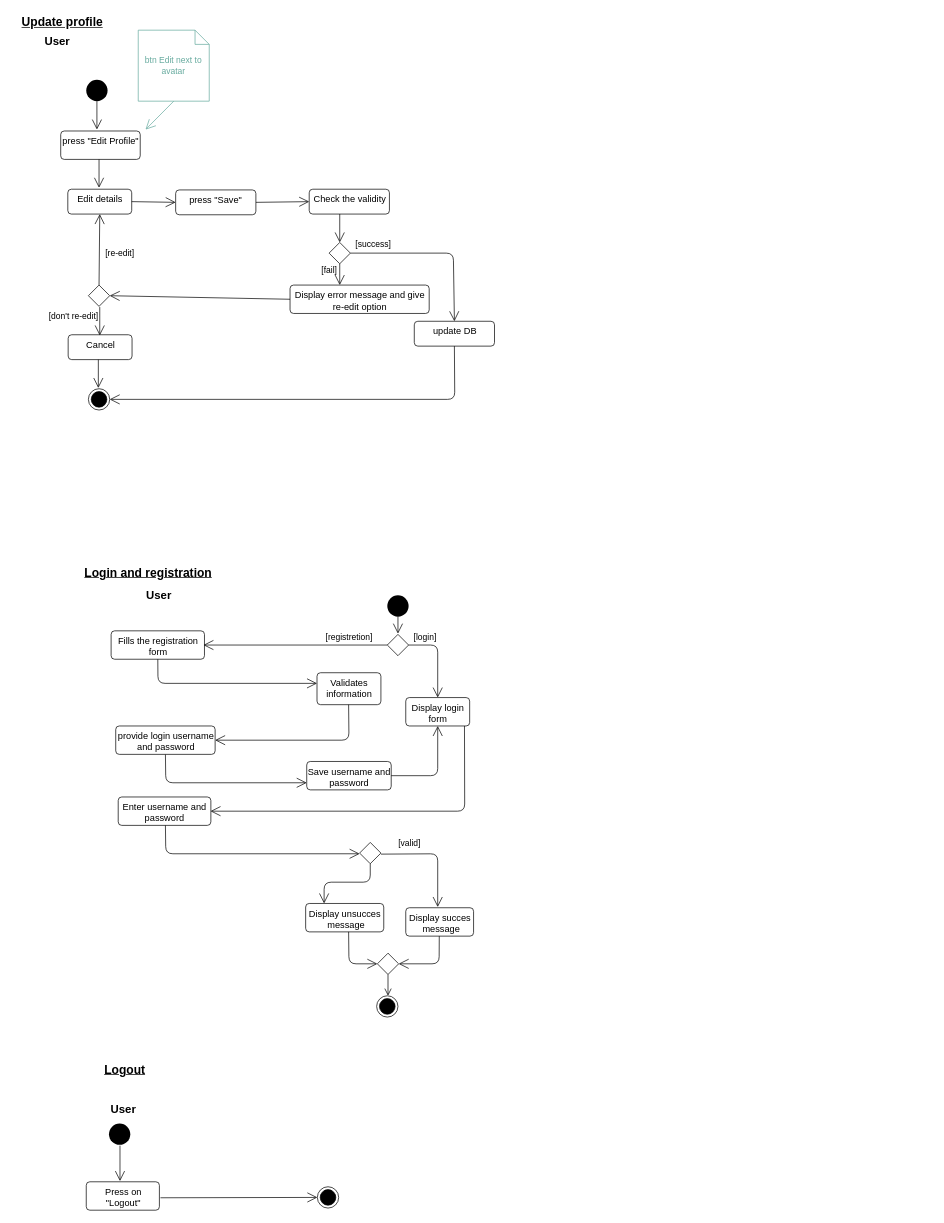
Before: page "logout" (7 of 8) of activity_diagram.drawio in alsousha/projectFinish, a draw.io diagram. Source tidied: cells renumbered, new cells numbered last; positions are measured from the earlier drawing's top-left corner, leaving out a move shared by most shapes. Both pictures are drawn from the tidied source at 71%, with x=0, y=0 at pixel (12, 12).
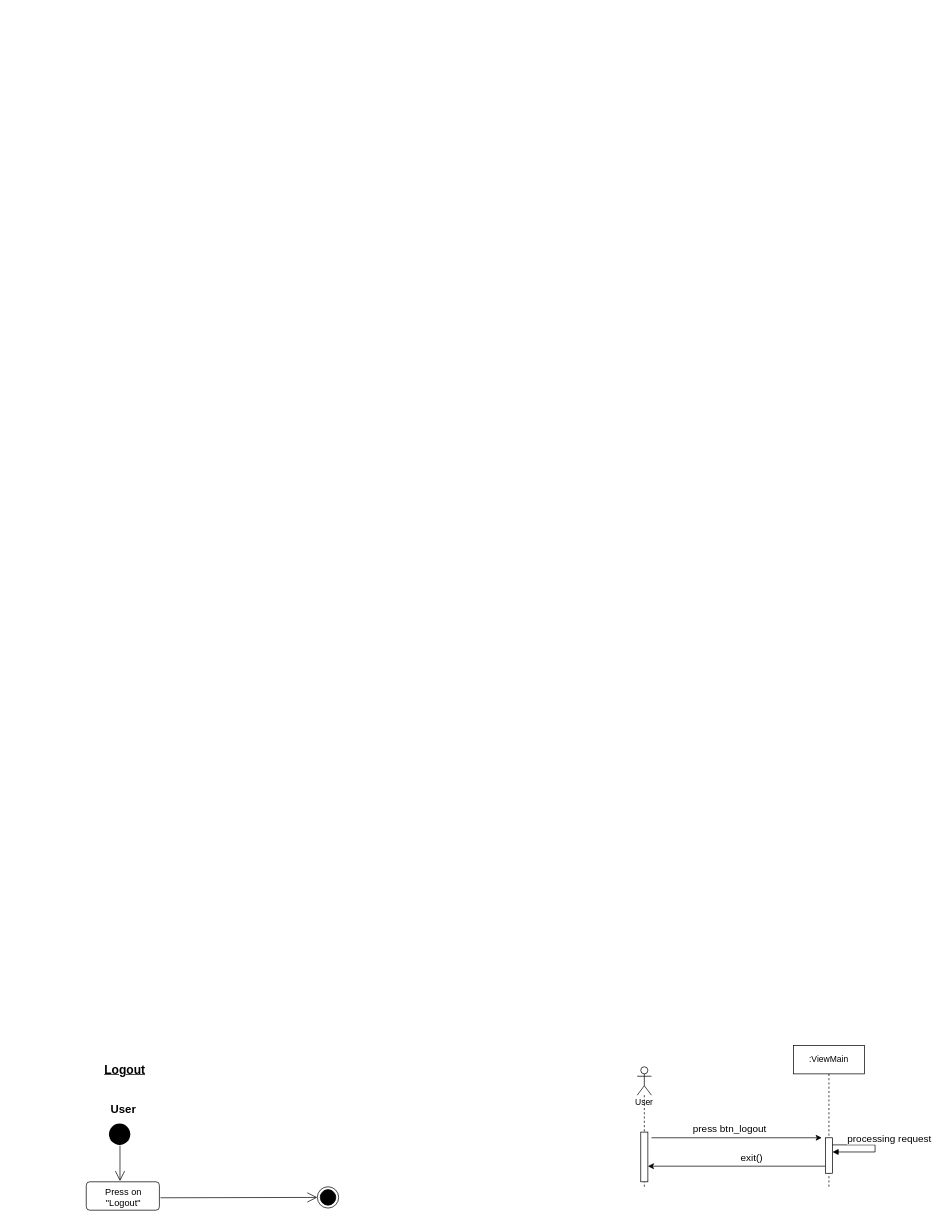
After the change.

What changed in the source:
```diff
@@
-    <mxCell id="2" value="Update profile" style="text;html=1;align=center;verticalAlign=middle;fontSize=17;fontStyle=5;" parent="1" vertex="1">
-      <mxGeometry width="140" height="30" as="geometry" />
-    </mxCell>
@@
-    <mxCell id="9" value="User" style="text;html=1;align=center;verticalAlign=middle;fontSize=16;fontStyle=1;" parent="1" vertex="1">
-      <mxGeometry x="32.5" y="25" width="60" height="30" as="geometry" />
-    </mxCell>
@@
-    <mxCell id="11" style="ellipse;fillColor=#000000;strokeColor=none;" parent="1" vertex="1">
-      <mxGeometry x="104" y="95" width="30" height="30" as="geometry" />
-    </mxCell>
-    <mxCell id="12" style="endArrow=open;endFill=1;endSize=12;html=1;exitX=0.5;exitY=1;exitDx=0;exitDy=0;" parent="1" edge="1" source="11">
-      <mxGeometry relative="1" as="geometry">
-        <mxPoint x="119" y="165" as="targetPoint" />
-      </mxGeometry>
-    </mxCell>
-    <mxCell id="13" value="&lt;span style=&quot;font-size: 13px&quot;&gt;press &quot;Edit Profile&quot;&lt;/span&gt;" style="html=1;align=center;verticalAlign=top;rounded=1;absoluteArcSize=1;arcSize=10;dashed=0;" parent="1" vertex="1">
-      <mxGeometry x="68" y="167" width="112" height="40" as="geometry" />
-    </mxCell>
-    <mxCell id="14" style="endArrow=open;endFill=1;endSize=12;html=1;exitX=0.5;exitY=1;exitDx=0;exitDy=0;" parent="1" edge="1">
-      <mxGeometry relative="1" as="geometry">
-        <mxPoint x="122" y="207" as="sourcePoint" />
-        <mxPoint x="122" y="247" as="targetPoint" />
-      </mxGeometry>
-    </mxCell>
-    <mxCell id="15" value="&lt;span style=&quot;font-size: 13px;&quot;&gt;Edit details&lt;/span&gt;" style="html=1;align=center;verticalAlign=top;rounded=1;absoluteArcSize=1;arcSize=10;dashed=0;" parent="1" vertex="1">
-      <mxGeometry x="78" y="249" width="90" height="35" as="geometry" />
-    </mxCell>
-    <mxCell id="16" value="&lt;span style=&quot;font-size: 13px;&quot;&gt;Check the validity&lt;/span&gt;" style="html=1;align=center;verticalAlign=top;rounded=1;absoluteArcSize=1;arcSize=10;dashed=0;" parent="1" vertex="1">
-      <mxGeometry x="418" y="249" width="113" height="35" as="geometry" />
-    </mxCell>
-    <mxCell id="17" style="endArrow=open;endFill=1;endSize=12;html=1;exitX=1;exitY=0.5;exitDx=0;exitDy=0;entryX=0;entryY=0.5;entryDx=0;entryDy=0;" parent="1" edge="1" source="68" target="16">
-      <mxGeometry relative="1" as="geometry" />
-    </mxCell>
-    <mxCell id="18" style="endArrow=open;endFill=1;endSize=12;html=1;exitX=0.5;exitY=1;exitDx=0;exitDy=0;" parent="1" edge="1">
-      <mxGeometry relative="1" as="geometry">
-        <mxPoint x="461" y="284" as="sourcePoint" />
-        <mxPoint x="461" y="324" as="targetPoint" />
-      </mxGeometry>
-    </mxCell>
-    <mxCell id="19" style="rhombus;labelBackgroundColor=#FFFFFF;strokeWidth=1;fillColor=none;fontSize=17;" parent="1" vertex="1">
-      <mxGeometry x="446" y="324" width="30" height="30" as="geometry" />
-    </mxCell>
-    <mxCell id="20" style="endArrow=open;endFill=1;endSize=12;html=1;exitX=0.5;exitY=1;exitDx=0;exitDy=0;" parent="1" edge="1">
-      <mxGeometry relative="1" as="geometry">
-        <mxPoint x="461" y="354" as="sourcePoint" />
-        <mxPoint x="461" y="384" as="targetPoint" />
-      </mxGeometry>
-    </mxCell>
-    <mxCell id="21" value="&lt;span style=&quot;font-size: 13px;&quot;&gt;Display error message and give&lt;br&gt;re-edit option&lt;br&gt;&lt;/span&gt;" style="html=1;align=center;verticalAlign=top;rounded=1;absoluteArcSize=1;arcSize=10;dashed=0;" parent="1" vertex="1">
-      <mxGeometry x="391" y="384" width="196" height="40" as="geometry" />
-    </mxCell>
-    <mxCell id="22" value="[fail]" style="text;html=1;align=center;verticalAlign=middle;" parent="1" vertex="1">
-      <mxGeometry x="426" y="354" width="40" height="20" as="geometry" />
-    </mxCell>
-    <mxCell id="23" style="rhombus;labelBackgroundColor=#FFFFFF;strokeWidth=1;fillColor=none;fontSize=17;" parent="1" vertex="1">
-      <mxGeometry x="107" y="384" width="30" height="30" as="geometry" />
-    </mxCell>
-    <mxCell id="24" style="endArrow=open;endFill=1;endSize=12;html=1;exitX=0.5;exitY=0;exitDx=0;exitDy=0;entryX=0.5;entryY=1;entryDx=0;entryDy=0;" parent="1" edge="1" source="23" target="15">
-      <mxGeometry relative="1" as="geometry" />
-    </mxCell>
-    <mxCell id="25" value="[re-edit]" style="text;html=1;align=center;verticalAlign=middle;" parent="1" vertex="1">
-      <mxGeometry x="121" y="329" width="60" height="20" as="geometry" />
-    </mxCell>
-    <mxCell id="26" style="endArrow=open;endFill=1;endSize=12;html=1;exitX=0;exitY=0.5;exitDx=0;exitDy=0;entryX=1;entryY=0.5;entryDx=0;entryDy=0;" parent="1" edge="1" source="21" target="23">
-      <mxGeometry relative="1" as="geometry" />
-    </mxCell>
-    <mxCell id="27" value="&lt;span style=&quot;font-size: 13px&quot;&gt;Cancel&lt;/span&gt;" style="html=1;align=center;verticalAlign=top;rounded=1;absoluteArcSize=1;arcSize=10;dashed=0;" parent="1" vertex="1">
-      <mxGeometry x="78.5" y="454" width="90" height="35" as="geometry" />
-    </mxCell>
-    <mxCell id="28" style="endArrow=open;endFill=1;endSize=12;html=1;exitX=0.5;exitY=1;exitDx=0;exitDy=0;" parent="1" edge="1">
-      <mxGeometry relative="1" as="geometry">
-        <mxPoint x="123" y="415" as="sourcePoint" />
-        <mxPoint x="123" y="455" as="targetPoint" />
-      </mxGeometry>
-    </mxCell>
-    <mxCell id="29" value="[don't re-edit]" style="text;html=1;align=center;verticalAlign=middle;" parent="1" vertex="1">
-      <mxGeometry x="40.5" y="419" width="90" height="20" as="geometry" />
-    </mxCell>
-    <mxCell id="30" style="endArrow=open;endFill=1;endSize=12;html=1;exitX=0.5;exitY=1;exitDx=0;exitDy=0;" parent="1" edge="1">
-      <mxGeometry relative="1" as="geometry">
-        <mxPoint x="121" y="489" as="sourcePoint" />
-        <mxPoint x="121" y="529" as="targetPoint" />
-      </mxGeometry>
-    </mxCell>
-    <mxCell id="31" style="ellipse;html=1;shape=endState;fillColor=#000000;" parent="1" vertex="1">
-      <mxGeometry x="107" y="530" width="30" height="30" as="geometry" />
-    </mxCell>
-    <mxCell id="32" style="endArrow=open;endFill=1;endSize=12;html=1;exitX=1;exitY=0.5;exitDx=0;exitDy=0;entryX=0.5;entryY=0;entryDx=0;entryDy=0;" parent="1" edge="1" source="19" target="70">
-      <mxGeometry relative="1" as="geometry">
-        <Array as="points">
-          <mxPoint x="621" y="339" />
-        </Array>
-      </mxGeometry>
-    </mxCell>
-    <mxCell id="33" value="[success]" style="text;html=1;align=center;verticalAlign=middle;" parent="1" vertex="1">
-      <mxGeometry x="473" y="317" width="70" height="20" as="geometry" />
-    </mxCell>
-    <mxCell id="34" value="Login and registration" style="text;html=1;align=center;verticalAlign=middle;fontSize=17;fontStyle=5;" parent="1" vertex="1">
-      <mxGeometry x="95.5" y="775" width="190" height="30" as="geometry" />
-    </mxCell>
-    <mxCell id="35" value="User" style="text;html=1;align=center;verticalAlign=middle;fontSize=16;fontStyle=1;" parent="1" vertex="1">
-      <mxGeometry x="175.5" y="805" width="60" height="30" as="geometry" />
-    </mxCell>
-    <mxCell id="36" style="ellipse;fillColor=#000000;strokeColor=none;" parent="1" vertex="1">
-      <mxGeometry x="528" y="821" width="30" height="30" as="geometry" />
-    </mxCell>
-    <mxCell id="37" style="endArrow=open;endFill=1;endSize=12;html=1;exitX=0.5;exitY=1;exitDx=0;exitDy=0;" parent="1" edge="1" source="36">
-      <mxGeometry relative="1" as="geometry">
-        <mxPoint x="543" y="875" as="targetPoint" />
-      </mxGeometry>
-    </mxCell>
-    <mxCell id="38" value="&lt;span style=&quot;font-size: 13px;&quot;&gt;Fills the registration&lt;br&gt;form&lt;br&gt;&lt;/span&gt;" style="html=1;align=center;verticalAlign=top;rounded=1;absoluteArcSize=1;arcSize=10;dashed=0;" parent="1" vertex="1">
-      <mxGeometry x="139" y="871" width="131.5" height="40" as="geometry" />
-    </mxCell>
-    <mxCell id="39" style="endArrow=open;endFill=1;endSize=12;html=1;exitX=0.5;exitY=1;exitDx=0;exitDy=0;" parent="1" edge="1" source="38">
-      <mxGeometry relative="1" as="geometry">
-        <mxPoint x="429" y="945" as="targetPoint" />
-        <Array as="points">
-          <mxPoint x="205" y="945" />
-        </Array>
-      </mxGeometry>
-    </mxCell>
-    <mxCell id="40" value="&lt;span style=&quot;font-size: 13px;&quot;&gt;Display login&lt;br&gt;form&lt;br&gt;&lt;/span&gt;" style="html=1;align=center;verticalAlign=top;rounded=1;absoluteArcSize=1;arcSize=10;dashed=0;" parent="1" vertex="1">
-      <mxGeometry x="554" y="965" width="90" height="40" as="geometry" />
-    </mxCell>
-    <mxCell id="41" style="endArrow=open;endFill=1;endSize=12;html=1;exitX=0;exitY=0.5;exitDx=0;exitDy=0;" parent="1" edge="1" source="46">
-      <mxGeometry relative="1" as="geometry">
-        <mxPoint x="269" y="891" as="targetPoint" />
-      </mxGeometry>
-    </mxCell>
-    <mxCell id="42" value="&lt;span style=&quot;font-size: 13px;&quot;&gt;Save username and&lt;br&gt;password&lt;br&gt;&lt;/span&gt;" style="html=1;align=center;verticalAlign=top;rounded=1;absoluteArcSize=1;arcSize=10;dashed=0;" parent="1" vertex="1">
-      <mxGeometry x="414.5" y="1055" width="119" height="40" as="geometry" />
-    </mxCell>
-    <mxCell id="43" style="endArrow=open;endFill=1;endSize=12;html=1;exitX=0.5;exitY=1;exitDx=0;exitDy=0;entryX=0;entryY=0.75;entryDx=0;entryDy=0;" parent="1" edge="1" source="51" target="42">
-      <mxGeometry relative="1" as="geometry">
-        <Array as="points">
-          <mxPoint x="216" y="1085" />
-        </Array>
-      </mxGeometry>
-    </mxCell>
-    <mxCell id="44" value="&lt;span style=&quot;font-size: 13px&quot;&gt;Enter username and&lt;br&gt;password&lt;br&gt;&lt;/span&gt;" style="html=1;align=center;verticalAlign=top;rounded=1;absoluteArcSize=1;arcSize=10;dashed=0;" parent="1" vertex="1">
-      <mxGeometry x="149" y="1105" width="130.5" height="40" as="geometry" />
-    </mxCell>
-    <mxCell id="45" style="ellipse;html=1;shape=endState;fillColor=#000000;" parent="1" vertex="1">
-      <mxGeometry x="513" y="1385" width="30" height="30" as="geometry" />
-    </mxCell>
-    <mxCell id="46" style="rhombus;labelBackgroundColor=#FFFFFF;strokeWidth=1;fillColor=none;fontSize=17;" parent="1" vertex="1">
-      <mxGeometry x="528" y="876" width="30" height="30" as="geometry" />
-    </mxCell>
-    <mxCell id="47" style="endArrow=open;endFill=1;endSize=12;html=1;exitX=1;exitY=0.5;exitDx=0;exitDy=0;" parent="1" edge="1" source="46">
-      <mxGeometry relative="1" as="geometry">
-        <mxPoint x="599" y="965" as="targetPoint" />
-        <Array as="points">
-          <mxPoint x="599" y="891" />
-        </Array>
-      </mxGeometry>
-    </mxCell>
-    <mxCell id="48" value="[login]" style="text;html=1;align=center;verticalAlign=middle;" parent="1" vertex="1">
-      <mxGeometry x="556" y="870" width="50" height="20" as="geometry" />
-    </mxCell>
-    <mxCell id="49" value="&lt;span style=&quot;font-size: 13px;&quot;&gt;Validates&lt;br&gt;information&lt;br&gt;&lt;/span&gt;" style="html=1;align=center;verticalAlign=top;rounded=1;absoluteArcSize=1;arcSize=10;dashed=0;" parent="1" vertex="1">
-      <mxGeometry x="429" y="930" width="90" height="45" as="geometry" />
-    </mxCell>
-    <mxCell id="50" style="endArrow=open;endFill=1;endSize=12;html=1;exitX=0.5;exitY=1;exitDx=0;exitDy=0;entryX=1;entryY=0.5;entryDx=0;entryDy=0;" parent="1" edge="1" target="51">
-      <mxGeometry relative="1" as="geometry">
-        <mxPoint x="473.5" y="975" as="sourcePoint" />
-        <Array as="points">
-          <mxPoint x="474" y="1025" />
-        </Array>
-      </mxGeometry>
-    </mxCell>
-    <mxCell id="51" value="&lt;span style=&quot;font-size: 13px;&quot;&gt;provide login username&lt;br&gt;and password&lt;br&gt;&lt;/span&gt;" style="html=1;align=center;verticalAlign=top;rounded=1;absoluteArcSize=1;arcSize=10;dashed=0;" parent="1" vertex="1">
-      <mxGeometry x="145.5" y="1005" width="140" height="40" as="geometry" />
-    </mxCell>
-    <mxCell id="52" style="endArrow=open;endFill=1;endSize=12;html=1;exitX=1;exitY=0.5;exitDx=0;exitDy=0;entryX=0.5;entryY=1;entryDx=0;entryDy=0;" parent="1" edge="1" source="42" target="40">
-      <mxGeometry relative="1" as="geometry">
-        <Array as="points">
-          <mxPoint x="599" y="1075" />
-        </Array>
-      </mxGeometry>
-    </mxCell>
-    <mxCell id="53" style="endArrow=open;endFill=1;endSize=12;html=1;exitX=0.5;exitY=1;exitDx=0;exitDy=0;" parent="1" edge="1">
-      <mxGeometry relative="1" as="geometry">
-        <mxPoint x="636.7" y="1005" as="sourcePoint" />
-        <mxPoint x="279" y="1125" as="targetPoint" />
-        <Array as="points">
-          <mxPoint x="637" y="1125" />
-        </Array>
-      </mxGeometry>
-    </mxCell>
-    <mxCell id="54" style="endArrow=open;endFill=1;endSize=12;html=1;exitX=0.5;exitY=1;exitDx=0;exitDy=0;" parent="1" edge="1">
-      <mxGeometry relative="1" as="geometry">
-        <mxPoint x="215.5" y="1145" as="sourcePoint" />
-        <mxPoint x="489" y="1185" as="targetPoint" />
-        <Array as="points">
-          <mxPoint x="216" y="1185" />
-        </Array>
-      </mxGeometry>
-    </mxCell>
-    <mxCell id="55" style="rhombus;labelBackgroundColor=#FFFFFF;strokeWidth=1;fillColor=none;fontSize=17;" parent="1" vertex="1">
-      <mxGeometry x="489" y="1169" width="30" height="30" as="geometry" />
-    </mxCell>
-    <mxCell id="56" style="endArrow=open;endFill=1;endSize=12;html=1;exitX=1;exitY=0.5;exitDx=0;exitDy=0;" parent="1" edge="1">
-      <mxGeometry relative="1" as="geometry">
-        <mxPoint x="519" y="1185.5" as="sourcePoint" />
-        <mxPoint x="599" y="1260" as="targetPoint" />
-        <Array as="points">
-          <mxPoint x="599" y="1185" />
-        </Array>
-      </mxGeometry>
-    </mxCell>
-    <mxCell id="57" value="[registretion]" style="text;html=1;align=center;verticalAlign=middle;" parent="1" vertex="1">
-      <mxGeometry x="434" y="870" width="80" height="20" as="geometry" />
-    </mxCell>
-    <mxCell id="58" value="[valid]" style="text;html=1;align=center;verticalAlign=middle;" parent="1" vertex="1">
-      <mxGeometry x="534" y="1160" width="50" height="20" as="geometry" />
-    </mxCell>
-    <mxCell id="59" value="&lt;span style=&quot;font-size: 13px;&quot;&gt;Display succes&lt;br&gt;&amp;nbsp;message&lt;br&gt;&lt;/span&gt;" style="html=1;align=center;verticalAlign=top;rounded=1;absoluteArcSize=1;arcSize=10;dashed=0;" parent="1" vertex="1">
-      <mxGeometry x="554" y="1261" width="95.5" height="40" as="geometry" />
-    </mxCell>
-    <mxCell id="60" style="endArrow=open;endFill=1;endSize=12;html=1;exitX=0.5;exitY=1;exitDx=0;exitDy=0;" parent="1" edge="1" source="55">
-      <mxGeometry relative="1" as="geometry">
-        <mxPoint x="439" y="1255" as="targetPoint" />
-        <Array as="points">
-          <mxPoint x="504" y="1225" />
-          <mxPoint x="439" y="1225" />
-        </Array>
-      </mxGeometry>
-    </mxCell>
-    <mxCell id="61" value="&lt;span style=&quot;font-size: 13px;&quot;&gt;Display unsucces&lt;br&gt;&amp;nbsp;message&lt;br&gt;&lt;/span&gt;" style="html=1;align=center;verticalAlign=top;rounded=1;absoluteArcSize=1;arcSize=10;dashed=0;" parent="1" vertex="1">
-      <mxGeometry x="413" y="1255" width="110" height="40" as="geometry" />
-    </mxCell>
-    <mxCell id="62" style="endArrow=open;endFill=1;endSize=12;html=1;exitX=0.5;exitY=1;exitDx=0;exitDy=0;entryX=0;entryY=0.5;entryDx=0;entryDy=0;" parent="1" edge="1" target="65">
-      <mxGeometry relative="1" as="geometry">
-        <mxPoint x="473.5" y="1295" as="sourcePoint" />
-        <Array as="points">
-          <mxPoint x="474" y="1340" />
-        </Array>
-      </mxGeometry>
-    </mxCell>
-    <mxCell id="63" style="endArrow=open;endFill=1;endSize=12;html=1;exitX=0.5;exitY=1;exitDx=0;exitDy=0;entryX=1;entryY=0.5;entryDx=0;entryDy=0;" parent="1" edge="1" target="65">
-      <mxGeometry relative="1" as="geometry">
-        <mxPoint x="601.2" y="1301" as="sourcePoint" />
-        <Array as="points">
-          <mxPoint x="601" y="1340" />
-        </Array>
-      </mxGeometry>
-    </mxCell>
-    <mxCell id="64" style="edgeStyle=orthogonalEdgeStyle;html=1;verticalAlign=bottom;endArrow=open;endSize=8;rounded=0;" parent="1" edge="1">
-      <mxGeometry relative="1" as="geometry">
-        <mxPoint x="529" y="1355" as="sourcePoint" />
-        <mxPoint x="529" y="1385" as="targetPoint" />
-      </mxGeometry>
-    </mxCell>
-    <mxCell id="65" style="rhombus;labelBackgroundColor=#FFFFFF;strokeWidth=1;fillColor=none;fontSize=17;" parent="1" vertex="1">
-      <mxGeometry x="514" y="1325" width="30" height="30" as="geometry" />
-    </mxCell>
-    <mxCell id="66" value="&lt;font color=&quot;#67ab9f&quot;&gt;btn Edit next to avatar&lt;/font&gt;" style="shape=note;size=20;whiteSpace=wrap;html=1;strokeColor=#67AB9F;" parent="1" vertex="1">
-      <mxGeometry x="177.2" y="25" width="100" height="100" as="geometry" />
-    </mxCell>
-    <mxCell id="67" style="endArrow=open;endFill=1;endSize=12;html=1;fontSize=17;exitX=0.5;exitY=1;exitDx=0;exitDy=0;entryX=0.75;entryY=0;entryDx=0;entryDy=0;exitPerimeter=0;strokeColor=#67AB9F;" parent="1" edge="1" source="66">
-      <mxGeometry relative="1" as="geometry">
-        <mxPoint x="187.5" y="165" as="targetPoint" />
-      </mxGeometry>
-    </mxCell>
-    <mxCell id="68" value="&lt;span style=&quot;font-size: 13px&quot;&gt;press &quot;Save&quot;&lt;/span&gt;" style="html=1;align=center;verticalAlign=top;rounded=1;absoluteArcSize=1;arcSize=10;dashed=0;" parent="1" vertex="1">
-      <mxGeometry x="229.9" y="250" width="113" height="35" as="geometry" />
-    </mxCell>
-    <mxCell id="69" style="endArrow=open;endFill=1;endSize=12;html=1;exitX=1;exitY=0.5;exitDx=0;exitDy=0;entryX=0;entryY=0.5;entryDx=0;entryDy=0;" parent="1" edge="1" source="15" target="68">
-      <mxGeometry relative="1" as="geometry" />
-    </mxCell>
-    <mxCell id="70" value="&lt;span style=&quot;font-size: 13px&quot;&gt;update DB&lt;/span&gt;" style="html=1;align=center;verticalAlign=top;rounded=1;absoluteArcSize=1;arcSize=10;dashed=0;" parent="1" vertex="1">
-      <mxGeometry x="566" y="435" width="113" height="35" as="geometry" />
-    </mxCell>
-    <mxCell id="71" style="endArrow=open;endFill=1;endSize=12;html=1;exitX=0.5;exitY=1;exitDx=0;exitDy=0;entryX=1;entryY=0.5;entryDx=0;entryDy=0;" parent="1" edge="1" source="70" target="31">
-      <mxGeometry relative="1" as="geometry">
-        <Array as="points">
-          <mxPoint x="623" y="545" />
-        </Array>
-      </mxGeometry>
-    </mxCell>
+    <mxCell id="72" value="User" style="shape=umlLifeline;participant=umlActor;perimeter=lifelinePerimeter;whiteSpace=wrap;html=1;verticalAlign=top;spacingTop=36;" parent="1" vertex="1">
+      <mxGeometry x="880" y="1485" width="20" height="170" as="geometry" />
+    </mxCell>
+    <mxCell id="73" style="html=1;perimeter=orthogonalPerimeter;" parent="72" vertex="1">
+      <mxGeometry x="5" y="92" width="10" height="70" as="geometry" />
+    </mxCell>
+    <mxCell id="74" value=":ViewMain" style="shape=umlLifeline;perimeter=lifelinePerimeter;whiteSpace=wrap;html=1;" parent="1" vertex="1">
+      <mxGeometry x="1100" y="1455" width="100" height="200" as="geometry" />
+    </mxCell>
+    <mxCell id="75" style="html=1;perimeter=orthogonalPerimeter;" parent="74" vertex="1">
+      <mxGeometry x="45" y="130" width="10" height="50" as="geometry" />
+    </mxCell>
+    <mxCell id="76" style="endArrow=classic;html=1;" parent="1" edge="1">
+      <mxGeometry relative="1" as="geometry">
+        <mxPoint x="1144.5" y="1625" as="sourcePoint" />
+        <mxPoint x="895" y="1625" as="targetPoint" />
+      </mxGeometry>
+    </mxCell>
+    <mxCell id="77" value="&lt;font style=&quot;font-size: 14px&quot;&gt;exit()&lt;/font&gt;" style="edgeLabel;html=1;align=center;verticalAlign=middle;" parent="76" vertex="1">
+      <mxGeometry x="-0.38" y="6" relative="1" as="geometry">
+        <mxPoint x="-27.5" y="-19" as="offset" />
+      </mxGeometry>
+    </mxCell>
+    <mxCell id="78" style="endArrow=classic;html=1;" parent="1" edge="1">
+      <mxGeometry relative="1" as="geometry">
+        <mxPoint x="900" y="1585" as="sourcePoint" />
+        <mxPoint x="1140" y="1585" as="targetPoint" />
+      </mxGeometry>
+    </mxCell>
+    <mxCell id="79" value="&lt;font style=&quot;font-size: 14px&quot;&gt;press btn_logout&lt;/font&gt;" style="edgeLabel;html=1;align=center;verticalAlign=middle;" parent="78" vertex="1">
+      <mxGeometry x="-0.38" y="6" relative="1" as="geometry">
+        <mxPoint x="35" y="-7.5" as="offset" />
+      </mxGeometry>
+    </mxCell>
+    <mxCell id="80" style="edgeStyle=orthogonalEdgeStyle;html=1;align=left;spacingLeft=2;endArrow=block;rounded=0;strokeColor=#000000;" parent="1" edge="1">
+      <mxGeometry x="-0.11" y="66" relative="1" as="geometry">
+        <mxPoint x="1155" y="1595" as="sourcePoint" />
+        <mxPoint x="1155" y="1605" as="targetPoint" />
+        <Array as="points">
+          <mxPoint x="1215" y="1595" />
+          <mxPoint x="1215" y="1605" />
+          <mxPoint x="1161" y="1605" />
+        </Array>
+        <mxPoint x="-27" y="-53" as="offset" />
+      </mxGeometry>
+    </mxCell>
+    <mxCell id="81" value="&lt;font style=&quot;font-size: 14px&quot;&gt;processing request&lt;/font&gt;" style="edgeLabel;html=1;align=center;verticalAlign=middle;" parent="80" vertex="1">
+      <mxGeometry x="-0.39" y="2" relative="1" as="geometry">
+        <mxPoint x="39.2" y="-8" as="offset" />
+      </mxGeometry>
+    </mxCell>
```
